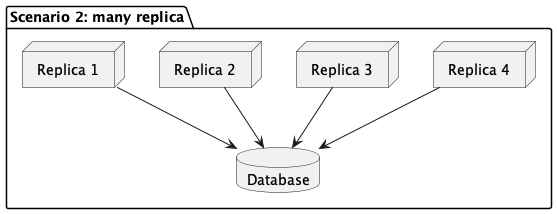
Above: distributed-systems-scalability-scenario-2.png in andykuszyk/andykuszyk.github.io (PlantUML), before the change. The source it was exported from:
```plantuml
@startuml
package "Scenario 2: many replica" as scen1 {
	node "Replica 1" as rep1
	node "Replica 2" as rep2
	node "Replica 3" as rep3
	node "Replica 4" as rep4
	database "Database" as db
}
rep1 --> db
rep2 --> db
rep3 --> db
rep4 --> db
@enduml
```
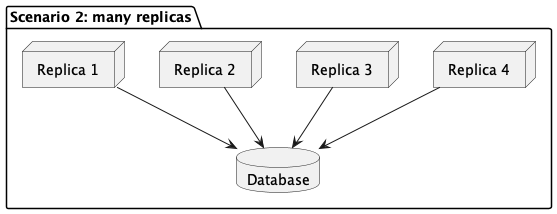
After the commit.

Commit message:
Finished first draft

What changed in the source:
```diff
@@ -1,5 +1,5 @@
 @startuml
-package "Scenario 2: many replica" as scen1 {
+package "Scenario 2: many replicas" as scen1 {
 	node "Replica 1" as rep1
 	node "Replica 2" as rep2
 	node "Replica 3" as rep3
```
